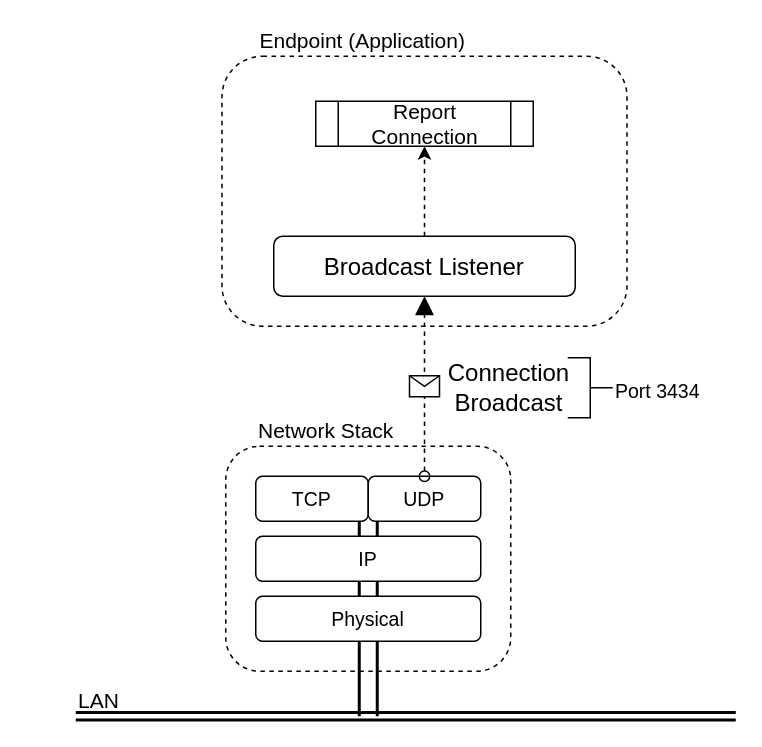
Above: page "TCP-Server" (3 of 3) of docs/Endpoint-App-Diagrams.drawio in B3W/Endpoints (draw.io), before the change. Source tidied: cells renumbered, new cells numbered last; positions are measured from the earlier drawing's top-left corner, leaving out a move shared by most shapes. Both pictures are drawn from the tidied source at 150%, with x=0, y=0 at pixel (75, 26).
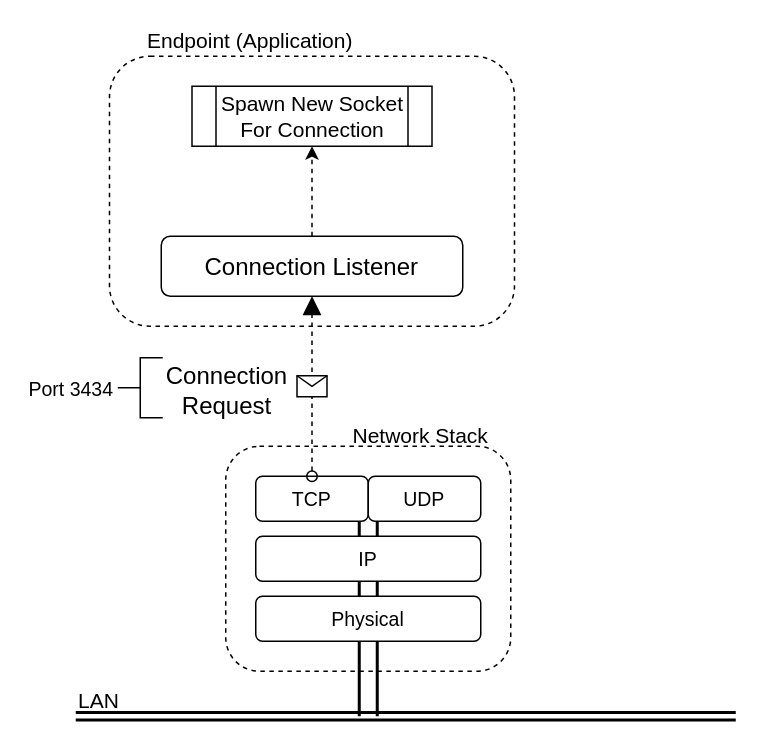
After the change.

Commit message (it also covers changes not shown here):
Created diagram for TCP connection listener.

The change refers to these unchanged cells:
```xml
<mxCell id="11" value="&lt;font style=&quot;font-size: 13px;&quot;&gt;UDP&lt;/font&gt;" style="rounded=1;whiteSpace=wrap;html=1;strokeColor=#000000;fillColor=none;fontSize=13;fontColor=#000000;align=center;" parent="1" vertex="1">
  <mxGeometry x="195" y="300" width="75" height="30" as="geometry" />
</mxCell>
```

Diff of the diagram source:
```diff
@@
     <mxCell id="2" style="rounded=1;whiteSpace=wrap;html=1;strokeColor=#000000;fillColor=none;fontSize=18;fontColor=#000000;align=left;dashed=1;" parent="1" vertex="1">
-      <mxGeometry x="97.5" y="20" width="270" height="180" as="geometry" />
+      <mxGeometry x="22.5" y="20" width="270" height="180" as="geometry" />
     </mxCell>
@@
     <mxCell id="7" value="Endpoint (Application)" style="text;html=1;strokeColor=none;fillColor=none;align=left;verticalAlign=middle;whiteSpace=wrap;rounded=0;fontSize=14;fontColor=#000000;" parent="1" vertex="1">
-      <mxGeometry x="120.5" width="190" height="20" as="geometry" />
+      <mxGeometry x="45.5" width="190" height="20" as="geometry" />
     </mxCell>
@@
     <mxCell id="12" value="Network Stack" style="text;html=1;strokeColor=none;fillColor=none;align=left;verticalAlign=middle;whiteSpace=wrap;rounded=0;dashed=1;fontSize=14;fontColor=#000000;" parent="1" vertex="1">
-      <mxGeometry x="120" y="260" width="110" height="20" as="geometry" />
+      <mxGeometry x="182.5" y="263" width="110" height="20" as="geometry" />
     </mxCell>
-    <mxCell id="13" style="startArrow=oval;startFill=0;startSize=7;endArrow=block;endFill=1;endSize=10;dashed=1;html=1;exitX=0.5;exitY=0;exitDx=0;exitDy=0;entryX=0.5;entryY=1;entryDx=0;entryDy=0;" parent="1" edge="1" source="11" target="15">
-      <mxGeometry relative="1" as="geometry" />
+    <mxCell id="13" style="startArrow=oval;startFill=0;startSize=7;endArrow=block;endFill=1;endSize=10;dashed=1;html=1;exitX=0.5;exitY=0;exitDx=0;exitDy=0;entryX=0.5;entryY=1;entryDx=0;entryDy=0;" parent="1" edge="1" target="15">
+      <mxGeometry relative="1" as="geometry">
+        <mxPoint x="157.5" y="300" as="sourcePoint" />
+      </mxGeometry>
     </mxCell>
@@
-    <mxCell id="15" value="&lt;font style=&quot;font-size: 16px&quot;&gt;Broadcast Listener&lt;/font&gt;" style="rounded=1;whiteSpace=wrap;html=1;" parent="1" vertex="1">
-      <mxGeometry x="132" y="140" width="201" height="40" as="geometry" />
+    <mxCell id="15" value="&lt;font style=&quot;font-size: 16px&quot;&gt;Connection Listener&lt;/font&gt;" style="rounded=1;whiteSpace=wrap;html=1;" parent="1" vertex="1">
+      <mxGeometry x="57" y="140" width="201" height="40" as="geometry" />
     </mxCell>
@@
-    <mxCell id="18" style="html=1;shape=mxgraph.flowchart.annotation_2;align=left;labelPosition=right;direction=west;" parent="1" vertex="1">
-      <mxGeometry x="328" y="221" width="30" height="40" as="geometry" />
+    <mxCell id="18" style="html=1;shape=mxgraph.flowchart.annotation_2;align=left;labelPosition=right;direction=east;" parent="1" vertex="1">
+      <mxGeometry x="28" y="221" width="30" height="40" as="geometry" />
     </mxCell>
     <mxCell id="19" value="&lt;div style=&quot;font-size: 13px;&quot; align=&quot;left&quot;&gt;Port 3434&lt;br style=&quot;font-size: 13px;&quot;&gt;&lt;/div&gt;" style="text;html=1;strokeColor=none;fillColor=none;align=left;verticalAlign=middle;whiteSpace=wrap;rounded=0;fontSize=13;" parent="1" vertex="1">
-      <mxGeometry x="358" y="233" width="60" height="20" as="geometry" />
+      <mxGeometry x="-33" y="232" width="60" height="20" as="geometry" />
     </mxCell>
-    <mxCell id="20" value="&lt;div style=&quot;font-size: 16px;&quot;&gt;Connection Broadcast&lt;br style=&quot;font-size: 16px;&quot;&gt;&lt;/div&gt;" style="text;html=1;strokeColor=none;fillColor=none;align=center;verticalAlign=middle;whiteSpace=wrap;rounded=0;fontSize=16;" parent="1" vertex="1">
-      <mxGeometry x="245" y="211" width="88" height="60" as="geometry" />
+    <mxCell id="20" value="&lt;div style=&quot;font-size: 16px&quot;&gt;Connection Request&lt;br style=&quot;font-size: 16px&quot;&gt;&lt;/div&gt;" style="text;html=1;strokeColor=none;fillColor=none;align=center;verticalAlign=middle;whiteSpace=wrap;rounded=0;fontSize=16;" parent="1" vertex="1">
+      <mxGeometry x="57" y="213" width="88" height="60" as="geometry" />
     </mxCell>
-    <mxCell id="21" value="Report Connection" style="shape=process;whiteSpace=wrap;html=1;backgroundOutline=1;fontSize=14;" parent="1" vertex="1">
-      <mxGeometry x="160" y="50" width="145" height="30" as="geometry" />
+    <mxCell id="21" value="Spawn New Socket For Connection" style="shape=process;whiteSpace=wrap;html=1;backgroundOutline=1;fontSize=14;" parent="1" vertex="1">
+      <mxGeometry x="77.5" y="40" width="160" height="40" as="geometry" />
     </mxCell>
```
